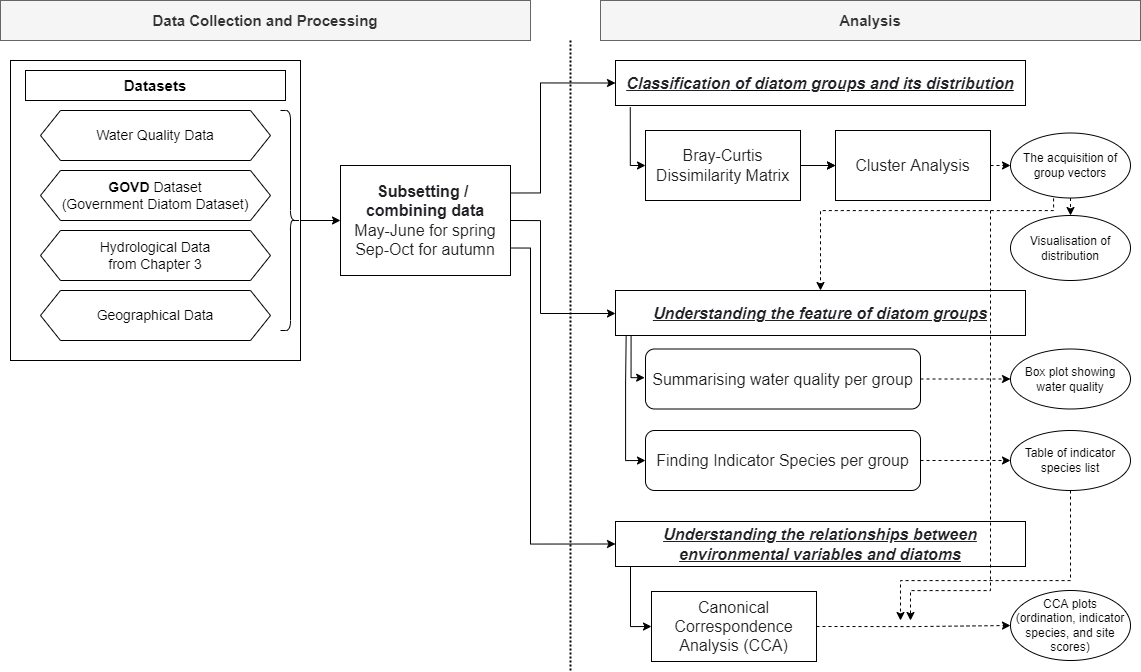
Earlier version of the draw.io export Chapter6_Flowchart.png (muyeoljung/PhD_Studyarea). Source tidied: cells renumbered, new cells last; positions are measured from the earlier drawing's top-left corner, leaving out a move shared by most shapes.
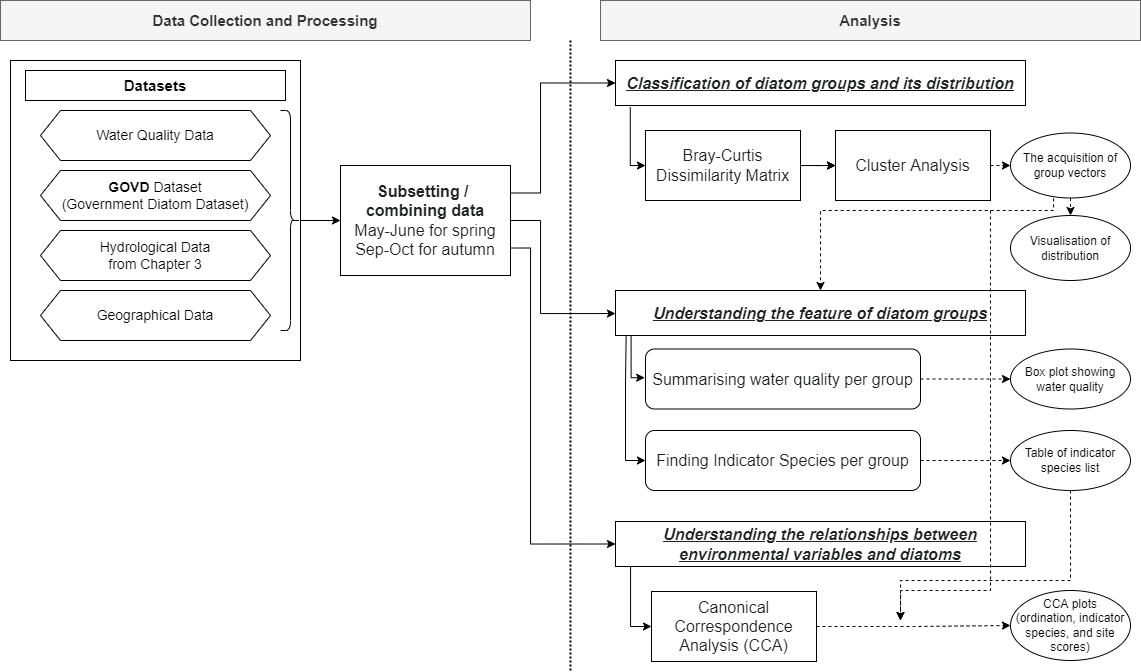
Above is the later version.

Diff of the diagram source:
```diff
@@ -101,16 +101,6 @@
     <mxCell id="26" value="&lt;font style=&quot;font-size: 14px&quot;&gt;Geographical Data&lt;/font&gt;" style="shape=hexagon;perimeter=hexagonPerimeter2;whiteSpace=wrap;html=1;fixedSize=1;" parent="1" vertex="1">
       <mxGeometry x="40" y="290" width="230" height="50" as="geometry" />
     </mxCell>
-    <mxCell id="27" style="edgeStyle=orthogonalEdgeStyle;rounded=0;orthogonalLoop=1;jettySize=auto;html=1;dashed=1;startArrow=none;startFill=0;endArrow=classic;endFill=1;" parent="1" edge="1">
-      <mxGeometry relative="1" as="geometry">
-        <mxPoint x="990" y="210" as="sourcePoint" />
-        <mxPoint x="910" y="620" as="targetPoint" />
-        <Array as="points">
-          <mxPoint x="990" y="590" />
-          <mxPoint x="910" y="590" />
-        </Array>
-      </mxGeometry>
-    </mxCell>
     <mxCell id="28" style="edgeStyle=orthogonalEdgeStyle;rounded=0;jettySize=auto;html=1;exitX=0.359;exitY=1.006;exitDx=0;exitDy=0;entryX=0.5;entryY=0;entryDx=0;entryDy=0;dashed=1;startArrow=none;startFill=0;endArrow=classic;endFill=1;exitPerimeter=0;" parent="1" edge="1" source="30" target="20">
       <mxGeometry relative="1" as="geometry">
         <Array as="points">
@@ -122,6 +112,16 @@
     <mxCell id="29" style="edgeStyle=orthogonalEdgeStyle;rounded=0;jettySize=auto;html=1;exitX=0.5;exitY=1;exitDx=0;exitDy=0;entryX=0.5;entryY=0;entryDx=0;entryDy=0;dashed=1;" parent="1" edge="1" source="30" target="31">
       <mxGeometry relative="1" as="geometry" />
     </mxCell>
+    <mxCell id="44" style="edgeStyle=orthogonalEdgeStyle;rounded=0;orthogonalLoop=1;jettySize=auto;html=1;dashed=1;startArrow=none;startFill=0;endArrow=classic;endFill=1;" parent="1" edge="1">
+      <mxGeometry relative="1" as="geometry">
+        <mxPoint x="990" y="210" as="sourcePoint" />
+        <mxPoint x="900" y="620" as="targetPoint" />
+        <Array as="points">
+          <mxPoint x="990" y="590" />
+          <mxPoint x="900" y="590" />
+        </Array>
+      </mxGeometry>
+    </mxCell>
     <mxCell id="30" value="The acquisition of group vectors" style="ellipse;whiteSpace=wrap;html=1;" parent="1" vertex="1">
       <mxGeometry x="1010" y="132.5" width="120" height="65" as="geometry" />
     </mxCell>
```
